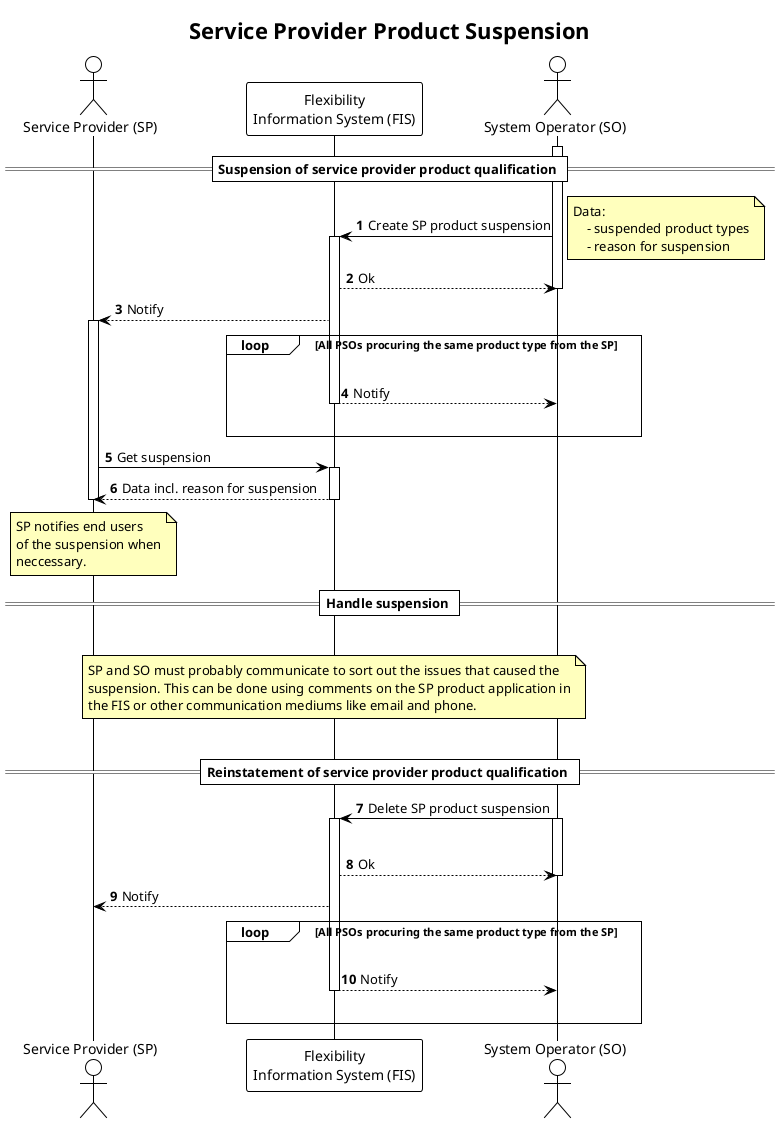
elhub/flex-information-system keeps this PlantUML diagram as docs/diagrams/service_provider_product_suspension.png. Above is the earlier version.
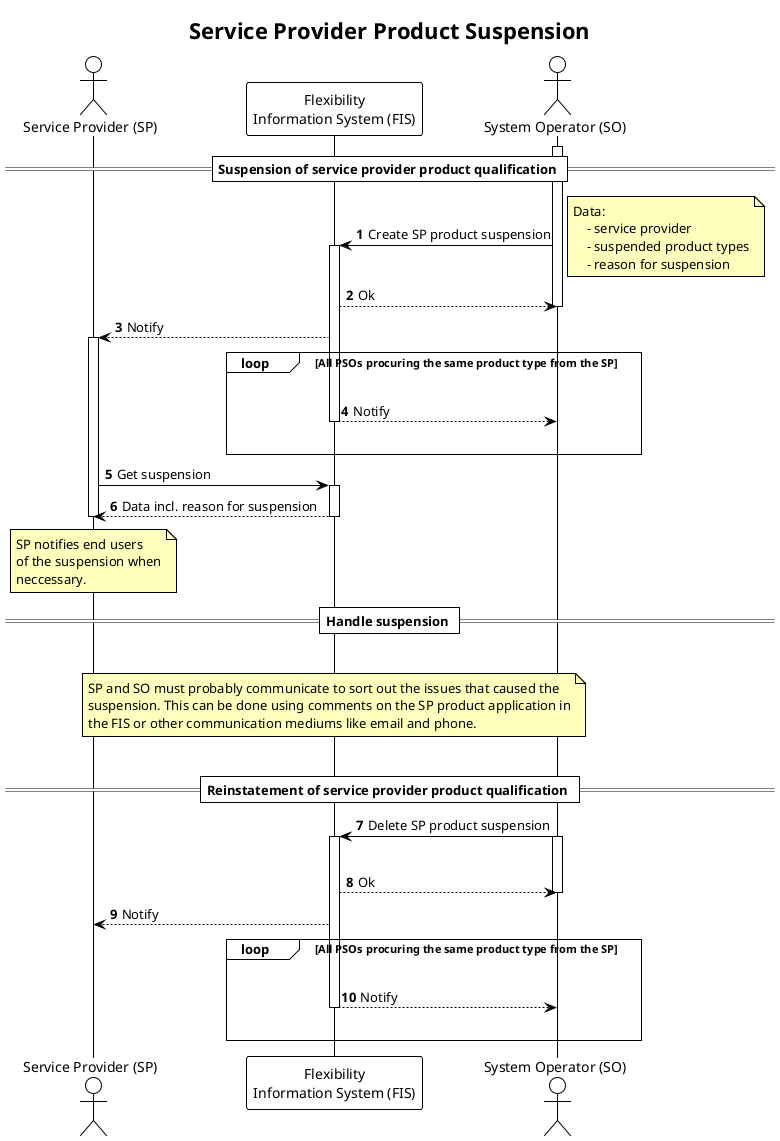
Later version of the same file.

Commit message:
docs: refinement of SP(G) suspension (FLEX-706)

Diff of the diagram source:
```diff
@@ -20,6 +20,7 @@
 
 note right
     Data:
+        - service provider
         - suspended product types
         - reason for suspension
 end note
@@ -75,12 +76,4 @@
     |||
 end
 
-
-
-
-
-
-
-
-
 @enduml
```
